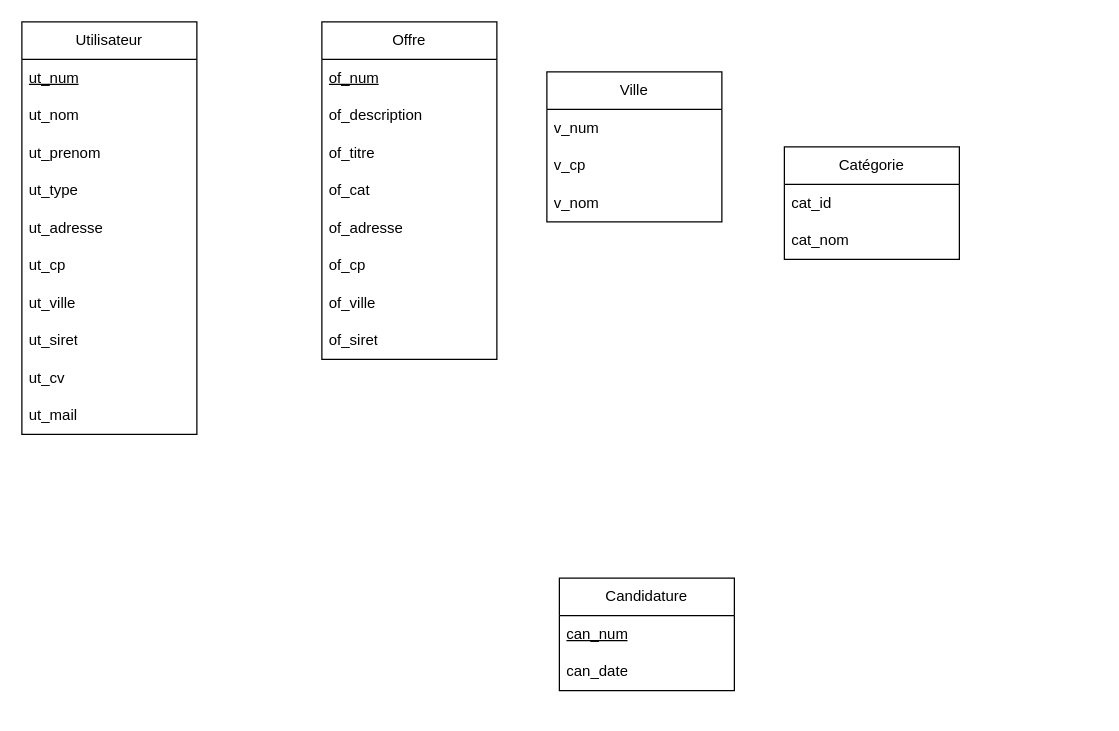
Jojogit68/isoflat.github.io keeps this draw.io diagram as AMDWeb.drawio. Above is the earlier version. Source tidied: cells renumbered, new cells numbered last; positions are measured from the earlier drawing's top-left corner, leaving out a move shared by most shapes. Both pictures are drawn from the tidied source at 125%, with x=0, y=0 at pixel (21, 21).
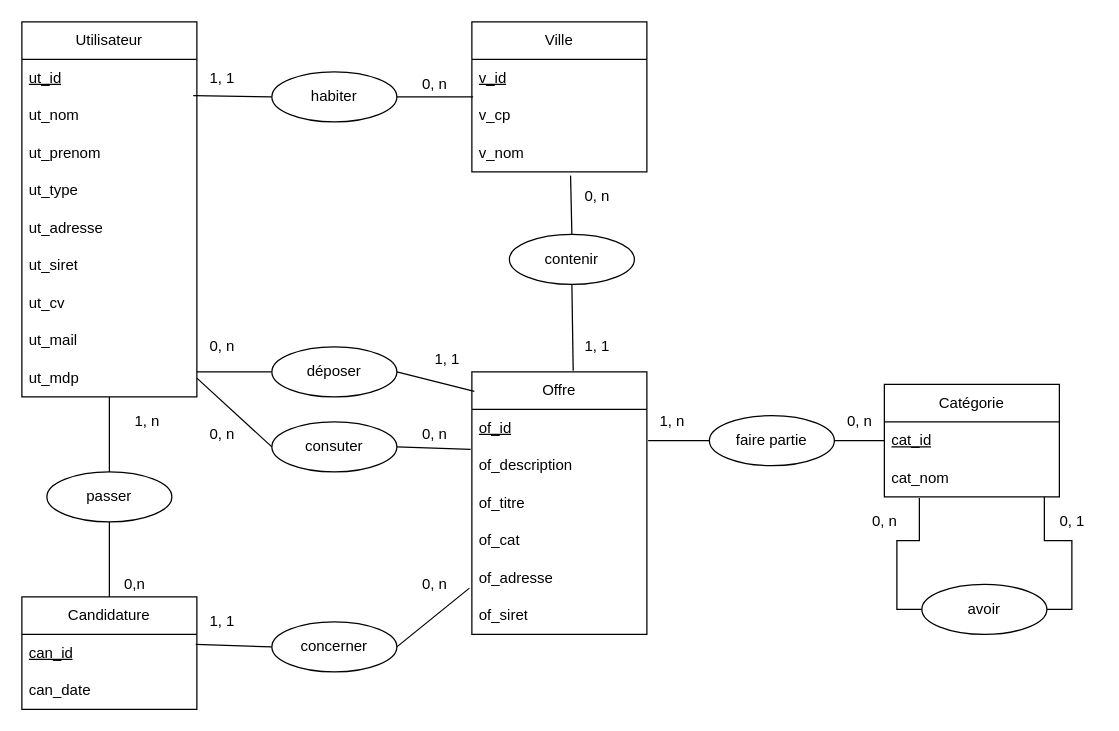
Above is the later version.

Commit message (it also covers changes not shown here):
Mettre à jour AMDWeb.drawio

Unchanged cells that the change refers to:
```xml
<mxCell id="7" value="of_description" style="text;strokeColor=none;fillColor=none;align=left;verticalAlign=middle;spacingLeft=4;spacingRight=4;overflow=hidden;points=[[0,0.5],[1,0.5]];portConstraint=eastwest;whiteSpace=wrap;html=1;" parent="5" vertex="1">
  <mxGeometry y="60" width="140" height="30" as="geometry" />
</mxCell>
<mxCell id="10" value="of_adresse" style="text;strokeColor=none;fillColor=none;align=left;verticalAlign=middle;spacingLeft=4;spacingRight=4;overflow=hidden;points=[[0,0.5],[1,0.5]];portConstraint=eastwest;whiteSpace=wrap;html=1;" parent="5" vertex="1">
  <mxGeometry y="150" width="140" height="30" as="geometry" />
</mxCell>
<mxCell id="16" value="ut_nom" style="text;strokeColor=none;fillColor=none;align=left;verticalAlign=middle;spacingLeft=4;spacingRight=4;overflow=hidden;points=[[0,0.5],[1,0.5]];portConstraint=eastwest;whiteSpace=wrap;html=1;" parent="14" vertex="1">
  <mxGeometry y="60" width="140" height="30" as="geometry" />
</mxCell>
<mxCell id="27" value="cat_nom" style="text;strokeColor=none;fillColor=none;align=left;verticalAlign=middle;spacingLeft=4;spacingRight=4;overflow=hidden;points=[[0,0.5],[1,0.5]];portConstraint=eastwest;whiteSpace=wrap;html=1;" parent="25" vertex="1">
  <mxGeometry y="60" width="140" height="30" as="geometry" />
</mxCell>
<mxCell id="30" value="v_cp" style="text;strokeColor=none;fillColor=none;align=left;verticalAlign=middle;spacingLeft=4;spacingRight=4;overflow=hidden;points=[[0,0.5],[1,0.5]];portConstraint=eastwest;whiteSpace=wrap;html=1;" parent="28" vertex="1">
  <mxGeometry y="60" width="140" height="30" as="geometry" />
</mxCell>
<mxCell id="31" value="v_nom" style="text;strokeColor=none;fillColor=none;align=left;verticalAlign=middle;spacingLeft=4;spacingRight=4;overflow=hidden;points=[[0,0.5],[1,0.5]];portConstraint=eastwest;whiteSpace=wrap;html=1;" parent="28" vertex="1">
  <mxGeometry y="90" width="140" height="30" as="geometry" />
</mxCell>
```

Change to the diagram source:
```diff
@@
     <mxCell id="2" value="Candidature" style="swimlane;fontStyle=0;horizontal=1;startSize=30;whiteSpace=wrap;html=1;" parent="1" vertex="1">
-      <mxGeometry x="430" y="445" width="140" height="90" as="geometry" />
+      <mxGeometry y="460" width="140" height="90" as="geometry" />
     </mxCell>
-    <mxCell id="3" value="&lt;u&gt;can_num&lt;/u&gt;" style="text;strokeColor=none;fillColor=none;align=left;verticalAlign=middle;spacingLeft=4;spacingRight=4;overflow=hidden;points=[[0,0.5],[1,0.5]];portConstraint=eastwest;whiteSpace=wrap;html=1;" parent="2" vertex="1">
+    <mxCell id="3" value="&lt;u&gt;can_id&lt;/u&gt;" style="text;strokeColor=none;fillColor=none;align=left;verticalAlign=middle;spacingLeft=4;spacingRight=4;overflow=hidden;points=[[0,0.5],[1,0.5]];portConstraint=eastwest;whiteSpace=wrap;html=1;" parent="2" vertex="1">
       <mxGeometry y="30" width="140" height="30" as="geometry" />
     </mxCell>
@@
     <mxCell id="5" value="Offre" style="swimlane;fontStyle=0;horizontal=1;startSize=30;whiteSpace=wrap;html=1;" parent="1" vertex="1">
-      <mxGeometry x="240" width="140" height="270" as="geometry" />
+      <mxGeometry x="360" y="280" width="140" height="210" as="geometry" />
     </mxCell>
-    <mxCell id="6" value="&lt;u&gt;of_num&lt;/u&gt;" style="text;strokeColor=none;fillColor=none;align=left;verticalAlign=middle;spacingLeft=4;spacingRight=4;overflow=hidden;points=[[0,0.5],[1,0.5]];portConstraint=eastwest;whiteSpace=wrap;html=1;" parent="5" vertex="1">
+    <mxCell id="6" value="&lt;u&gt;of_id&lt;/u&gt;" style="text;strokeColor=none;fillColor=none;align=left;verticalAlign=middle;spacingLeft=4;spacingRight=4;overflow=hidden;points=[[0,0.5],[1,0.5]];portConstraint=eastwest;whiteSpace=wrap;html=1;" parent="5" vertex="1">
       <mxGeometry y="30" width="140" height="30" as="geometry" />
     </mxCell>
@@
-    <mxCell id="11" value="of_cp" style="text;strokeColor=none;fillColor=none;align=left;verticalAlign=middle;spacingLeft=4;spacingRight=4;overflow=hidden;whiteSpace=wrap;html=1;" parent="5" vertex="1">
-      <mxGeometry y="180" width="140" height="30" as="geometry" />
-    </mxCell>
-    <mxCell id="12" value="of_ville" style="text;strokeColor=none;fillColor=none;align=left;verticalAlign=middle;spacingLeft=4;spacingRight=4;overflow=hidden;whiteSpace=wrap;html=1;" parent="5" vertex="1">
-      <mxGeometry y="210" width="140" height="30" as="geometry" />
-    </mxCell>
     <mxCell id="13" value="of_siret" style="text;strokeColor=none;fillColor=none;align=left;verticalAlign=middle;spacingLeft=4;spacingRight=4;overflow=hidden;whiteSpace=wrap;html=1;" parent="5" vertex="1">
-      <mxGeometry y="240" width="140" height="30" as="geometry" />
+      <mxGeometry y="180" width="140" height="30" as="geometry" />
     </mxCell>
+    <mxCell id="32" style="edgeStyle=none;rounded=0;jettySize=auto;html=1;exitX=0.5;exitY=1;exitDx=0;exitDy=0;entryX=0.5;entryY=0;entryDx=0;entryDy=0;endArrow=none;endFill=0;" parent="1" edge="1" source="14" target="47">
+      <mxGeometry relative="1" as="geometry" />
+    </mxCell>
     <mxCell id="14" value="Utilisateur" style="swimlane;fontStyle=0;horizontal=1;startSize=30;whiteSpace=wrap;html=1;" parent="1" vertex="1">
-      <mxGeometry width="140" height="330" as="geometry" />
+      <mxGeometry width="140" height="300" as="geometry" />
     </mxCell>
-    <mxCell id="15" value="&lt;u&gt;ut_num&lt;/u&gt;" style="text;strokeColor=none;fillColor=none;align=left;verticalAlign=middle;spacingLeft=4;spacingRight=4;overflow=hidden;whiteSpace=wrap;html=1;" parent="14" vertex="1">
+    <mxCell id="15" value="&lt;u&gt;ut_id&lt;/u&gt;" style="text;strokeColor=none;fillColor=none;align=left;verticalAlign=middle;spacingLeft=4;spacingRight=4;overflow=hidden;whiteSpace=wrap;html=1;" parent="14" vertex="1">
       <mxGeometry y="30" width="140" height="30" as="geometry" />
     </mxCell>
@@
-    <mxCell id="20" value="ut_cp" style="text;strokeColor=none;fillColor=none;align=left;verticalAlign=middle;spacingLeft=4;spacingRight=4;overflow=hidden;whiteSpace=wrap;html=1;" parent="14" vertex="1">
-      <mxGeometry y="180" width="140" height="30" as="geometry" />
-    </mxCell>
-    <mxCell id="21" value="ut_ville" style="text;strokeColor=none;fillColor=none;align=left;verticalAlign=middle;spacingLeft=4;spacingRight=4;overflow=hidden;whiteSpace=wrap;html=1;" parent="14" vertex="1">
-      <mxGeometry y="210" width="140" height="30" as="geometry" />
-    </mxCell>
     <mxCell id="22" value="ut_siret" style="text;strokeColor=none;fillColor=none;align=left;verticalAlign=middle;spacingLeft=4;spacingRight=4;overflow=hidden;whiteSpace=wrap;html=1;" parent="14" vertex="1">
-      <mxGeometry y="240" width="140" height="30" as="geometry" />
+      <mxGeometry y="180" width="140" height="30" as="geometry" />
     </mxCell>
     <mxCell id="23" value="ut_cv" style="text;strokeColor=none;fillColor=none;align=left;verticalAlign=middle;spacingLeft=4;spacingRight=4;overflow=hidden;whiteSpace=wrap;html=1;" parent="14" vertex="1">
-      <mxGeometry y="270" width="140" height="30" as="geometry" />
+      <mxGeometry y="210" width="140" height="30" as="geometry" />
     </mxCell>
     <mxCell id="24" value="ut_mail" style="text;strokeColor=none;fillColor=none;align=left;verticalAlign=middle;spacingLeft=4;spacingRight=4;overflow=hidden;whiteSpace=wrap;html=1;" parent="14" vertex="1">
-      <mxGeometry y="300" width="140" height="30" as="geometry" />
+      <mxGeometry y="240" width="140" height="30" as="geometry" />
     </mxCell>
+    <mxCell id="33" value="ut_mdp" style="text;strokeColor=none;fillColor=none;align=left;verticalAlign=middle;spacingLeft=4;spacingRight=4;overflow=hidden;points=[[0,0.5],[1,0.5]];portConstraint=eastwest;whiteSpace=wrap;html=1;" parent="14" vertex="1">
+      <mxGeometry y="270" width="140" height="30" as="geometry" />
+    </mxCell>
     <mxCell id="25" value="Catégorie" style="swimlane;fontStyle=0;horizontal=1;startSize=30;whiteSpace=wrap;html=1;" parent="1" vertex="1">
-      <mxGeometry x="610" y="100" width="140" height="90" as="geometry" />
+      <mxGeometry x="690" y="290" width="140" height="90" as="geometry" />
     </mxCell>
-    <mxCell id="26" value="cat_id" style="text;strokeColor=none;fillColor=none;align=left;verticalAlign=middle;spacingLeft=4;spacingRight=4;overflow=hidden;points=[[0,0.5],[1,0.5]];portConstraint=eastwest;whiteSpace=wrap;html=1;" parent="25" vertex="1">
+    <mxCell id="26" value="&lt;u&gt;cat_id&lt;/u&gt;" style="text;strokeColor=none;fillColor=none;align=left;verticalAlign=middle;spacingLeft=4;spacingRight=4;overflow=hidden;points=[[0,0.5],[1,0.5]];portConstraint=eastwest;whiteSpace=wrap;html=1;" parent="25" vertex="1">
       <mxGeometry y="30" width="140" height="30" as="geometry" />
     </mxCell>
@@
     <mxCell id="28" value="Ville" style="swimlane;fontStyle=0;horizontal=1;startSize=30;whiteSpace=wrap;html=1;" parent="1" vertex="1">
-      <mxGeometry x="420" y="40" width="140" height="120" as="geometry" />
+      <mxGeometry x="360" width="140" height="120" as="geometry" />
     </mxCell>
-    <mxCell id="29" value="v_num" style="text;strokeColor=none;fillColor=none;align=left;verticalAlign=middle;spacingLeft=4;spacingRight=4;overflow=hidden;whiteSpace=wrap;html=1;" parent="28" vertex="1">
+    <mxCell id="29" value="&lt;u&gt;v_id&lt;/u&gt;" style="text;strokeColor=none;fillColor=none;align=left;verticalAlign=middle;spacingLeft=4;spacingRight=4;overflow=hidden;whiteSpace=wrap;html=1;" parent="28" vertex="1">
       <mxGeometry y="30" width="140" height="30" as="geometry" />
     </mxCell>
@@
+    <mxCell id="34" style="edgeStyle=none;rounded=0;jettySize=auto;html=1;exitX=0;exitY=0.5;exitDx=0;exitDy=0;entryX=0.979;entryY=-0.033;entryDx=0;entryDy=0;entryPerimeter=0;endArrow=none;endFill=0;" parent="1" edge="1" source="36" target="16">
+      <mxGeometry relative="1" as="geometry" />
+    </mxCell>
+    <mxCell id="35" style="edgeStyle=none;rounded=0;jettySize=auto;html=1;exitX=1;exitY=0.5;exitDx=0;exitDy=0;entryX=0.007;entryY=0;entryDx=0;entryDy=0;entryPerimeter=0;endArrow=none;endFill=0;" parent="1" edge="1" source="36" target="30">
+      <mxGeometry relative="1" as="geometry" />
+    </mxCell>
+    <mxCell id="36" value="habiter" style="ellipse;whiteSpace=wrap;html=1;" parent="1" vertex="1">
+      <mxGeometry x="200" y="40" width="100" height="40" as="geometry" />
+    </mxCell>
+    <mxCell id="37" style="edgeStyle=none;rounded=0;jettySize=auto;html=1;exitX=0.5;exitY=0;exitDx=0;exitDy=0;entryX=0.564;entryY=1.1;entryDx=0;entryDy=0;entryPerimeter=0;endArrow=none;endFill=0;" parent="1" edge="1" source="39" target="31">
+      <mxGeometry relative="1" as="geometry" />
+    </mxCell>
+    <mxCell id="38" style="edgeStyle=none;rounded=0;jettySize=auto;html=1;exitX=0.5;exitY=1;exitDx=0;exitDy=0;entryX=0.579;entryY=-0.004;entryDx=0;entryDy=0;entryPerimeter=0;endArrow=none;endFill=0;" parent="1" edge="1" source="39" target="5">
+      <mxGeometry relative="1" as="geometry" />
+    </mxCell>
+    <mxCell id="39" value="contenir" style="ellipse;whiteSpace=wrap;html=1;" parent="1" vertex="1">
+      <mxGeometry x="390" y="170" width="100" height="40" as="geometry" />
+    </mxCell>
+    <mxCell id="40" style="edgeStyle=none;rounded=0;jettySize=auto;html=1;exitX=0;exitY=0.5;exitDx=0;exitDy=0;entryX=1.007;entryY=0.833;entryDx=0;entryDy=0;entryPerimeter=0;endArrow=none;endFill=0;" parent="1" edge="1" source="42" target="6">
+      <mxGeometry relative="1" as="geometry" />
+    </mxCell>
+    <mxCell id="41" style="edgeStyle=orthogonalEdgeStyle;rounded=0;jettySize=auto;html=1;exitX=1;exitY=0.5;exitDx=0;exitDy=0;entryX=0;entryY=0.5;entryDx=0;entryDy=0;endArrow=none;endFill=0;" parent="1" edge="1" source="42" target="26">
+      <mxGeometry relative="1" as="geometry" />
+    </mxCell>
+    <mxCell id="42" value="faire partie" style="ellipse;whiteSpace=wrap;html=1;" parent="1" vertex="1">
+      <mxGeometry x="550" y="315" width="100" height="40" as="geometry" />
+    </mxCell>
+    <mxCell id="43" style="edgeStyle=orthogonalEdgeStyle;rounded=0;jettySize=auto;html=1;exitX=0;exitY=0.5;exitDx=0;exitDy=0;entryX=0.2;entryY=1.033;entryDx=0;entryDy=0;entryPerimeter=0;endArrow=none;endFill=0;" parent="1" edge="1" source="45" target="27">
+      <mxGeometry relative="1" as="geometry" />
+    </mxCell>
+    <mxCell id="44" style="edgeStyle=orthogonalEdgeStyle;rounded=0;jettySize=auto;html=1;exitX=1;exitY=0.5;exitDx=0;exitDy=0;entryX=0.914;entryY=1;entryDx=0;entryDy=0;entryPerimeter=0;endArrow=none;endFill=0;" parent="1" edge="1" source="45" target="27">
+      <mxGeometry relative="1" as="geometry" />
+    </mxCell>
+    <mxCell id="45" value="avoir" style="ellipse;whiteSpace=wrap;html=1;" parent="1" vertex="1">
+      <mxGeometry x="720" y="450" width="100" height="40" as="geometry" />
+    </mxCell>
+    <mxCell id="46" style="edgeStyle=none;rounded=0;jettySize=auto;html=1;exitX=0.5;exitY=1;exitDx=0;exitDy=0;entryX=0.5;entryY=0;entryDx=0;entryDy=0;endArrow=none;endFill=0;" parent="1" edge="1" source="47" target="2">
+      <mxGeometry relative="1" as="geometry" />
+    </mxCell>
+    <mxCell id="47" value="passer" style="ellipse;whiteSpace=wrap;html=1;" parent="1" vertex="1">
+      <mxGeometry x="20" y="360" width="100" height="40" as="geometry" />
+    </mxCell>
+    <mxCell id="48" style="edgeStyle=none;rounded=0;jettySize=auto;html=1;exitX=0;exitY=0.5;exitDx=0;exitDy=0;entryX=0.993;entryY=0.267;entryDx=0;entryDy=0;entryPerimeter=0;endArrow=none;endFill=0;" parent="1" edge="1" source="51" target="3">
+      <mxGeometry relative="1" as="geometry" />
+    </mxCell>
+    <mxCell id="49" style="edgeStyle=none;rounded=0;jettySize=auto;html=1;exitX=1;exitY=0.5;exitDx=0;exitDy=0;entryX=0;entryY=0.3;entryDx=0;entryDy=0;entryPerimeter=0;endArrow=none;endFill=0;" parent="1" edge="1" source="51">
+      <mxGeometry relative="1" as="geometry" />
+    </mxCell>
+    <mxCell id="50" style="edgeStyle=none;rounded=0;jettySize=auto;html=1;exitX=1;exitY=0.5;exitDx=0;exitDy=0;entryX=-0.014;entryY=0.767;entryDx=0;entryDy=0;entryPerimeter=0;endArrow=none;endFill=0;" parent="1" edge="1" source="51" target="10">
+      <mxGeometry relative="1" as="geometry" />
+    </mxCell>
+    <mxCell id="51" value="concerner" style="ellipse;whiteSpace=wrap;html=1;" parent="1" vertex="1">
+      <mxGeometry x="200" y="480" width="100" height="40" as="geometry" />
+    </mxCell>
+    <mxCell id="52" value="1, 1" style="text;html=1;align=center;verticalAlign=middle;strokeColor=none;fillColor=none;" parent="1" vertex="1">
+      <mxGeometry x="140" y="30" width="40" height="30" as="geometry" />
+    </mxCell>
+    <mxCell id="53" value="0, n" style="text;html=1;align=center;verticalAlign=middle;strokeColor=none;fillColor=none;" parent="1" vertex="1">
+      <mxGeometry x="310" y="35" width="40" height="30" as="geometry" />
+    </mxCell>
+    <mxCell id="54" value="1, n" style="text;html=1;align=center;verticalAlign=middle;strokeColor=none;fillColor=none;" parent="1" vertex="1">
+      <mxGeometry x="80" y="305" width="40" height="30" as="geometry" />
+    </mxCell>
+    <mxCell id="55" value="0,n" style="text;html=1;align=center;verticalAlign=middle;strokeColor=none;fillColor=none;" parent="1" vertex="1">
+      <mxGeometry x="70" y="435" width="40" height="30" as="geometry" />
+    </mxCell>
+    <mxCell id="56" value="1, 1" style="text;html=1;align=center;verticalAlign=middle;strokeColor=none;fillColor=none;" parent="1" vertex="1">
+      <mxGeometry x="140" y="465" width="40" height="30" as="geometry" />
+    </mxCell>
+    <mxCell id="57" value="0, n" style="text;html=1;align=center;verticalAlign=middle;strokeColor=none;fillColor=none;" parent="1" vertex="1">
+      <mxGeometry x="310" y="435" width="40" height="30" as="geometry" />
+    </mxCell>
+    <mxCell id="58" value="1, 1" style="text;html=1;align=center;verticalAlign=middle;strokeColor=none;fillColor=none;" parent="1" vertex="1">
+      <mxGeometry x="440" y="245" width="40" height="30" as="geometry" />
+    </mxCell>
+    <mxCell id="59" value="0, n" style="text;html=1;align=center;verticalAlign=middle;strokeColor=none;fillColor=none;" parent="1" vertex="1">
+      <mxGeometry x="440" y="125" width="40" height="30" as="geometry" />
+    </mxCell>
+    <mxCell id="60" value="1, n" style="text;html=1;align=center;verticalAlign=middle;strokeColor=none;fillColor=none;" parent="1" vertex="1">
+      <mxGeometry x="500" y="305" width="40" height="30" as="geometry" />
+    </mxCell>
+    <mxCell id="61" value="0, n" style="text;html=1;align=center;verticalAlign=middle;strokeColor=none;fillColor=none;" parent="1" vertex="1">
+      <mxGeometry x="650" y="305" width="40" height="30" as="geometry" />
+    </mxCell>
+    <mxCell id="62" value="0, n" style="text;html=1;align=center;verticalAlign=middle;strokeColor=none;fillColor=none;" parent="1" vertex="1">
+      <mxGeometry x="670" y="385" width="40" height="30" as="geometry" />
+    </mxCell>
+    <mxCell id="63" value="0, 1" style="text;html=1;align=center;verticalAlign=middle;strokeColor=none;fillColor=none;" parent="1" vertex="1">
+      <mxGeometry x="820" y="385" width="40" height="30" as="geometry" />
+    </mxCell>
+    <mxCell id="64" style="edgeStyle=none;rounded=0;jettySize=auto;html=1;exitX=1;exitY=0.5;exitDx=0;exitDy=0;entryX=-0.007;entryY=0.067;entryDx=0;entryDy=0;entryPerimeter=0;endArrow=none;endFill=0;" parent="1" edge="1" source="65" target="7">
+      <mxGeometry relative="1" as="geometry" />
+    </mxCell>
+    <mxCell id="65" value="consuter" style="ellipse;whiteSpace=wrap;html=1;" parent="1" vertex="1">
+      <mxGeometry x="200" y="320" width="100" height="40" as="geometry" />
+    </mxCell>
+    <mxCell id="66" style="edgeStyle=none;rounded=0;jettySize=auto;html=1;exitX=0;exitY=0.5;exitDx=0;exitDy=0;endArrow=none;endFill=0;" parent="1" edge="1" source="68">
+      <mxGeometry relative="1" as="geometry">
+        <mxPoint x="140" y="280" as="targetPoint" />
+      </mxGeometry>
+    </mxCell>
+    <mxCell id="67" style="edgeStyle=none;rounded=0;jettySize=auto;html=1;exitX=1;exitY=0.5;exitDx=0;exitDy=0;entryX=0.014;entryY=0.074;entryDx=0;entryDy=0;entryPerimeter=0;endArrow=none;endFill=0;" parent="1" edge="1" source="68" target="5">
+      <mxGeometry relative="1" as="geometry" />
+    </mxCell>
+    <mxCell id="68" value="déposer" style="ellipse;whiteSpace=wrap;html=1;" parent="1" vertex="1">
+      <mxGeometry x="200" y="260" width="100" height="40" as="geometry" />
+    </mxCell>
+    <mxCell id="69" style="rounded=0;jettySize=auto;html=1;exitX=1;exitY=0.5;exitDx=0;exitDy=0;entryX=0;entryY=0.5;entryDx=0;entryDy=0;endArrow=none;endFill=0;" parent="1" edge="1" source="33" target="65">
+      <mxGeometry relative="1" as="geometry" />
+    </mxCell>
+    <mxCell id="70" value="0, n" style="text;html=1;align=center;verticalAlign=middle;strokeColor=none;fillColor=none;" parent="1" vertex="1">
+      <mxGeometry x="140" y="315" width="40" height="30" as="geometry" />
+    </mxCell>
+    <mxCell id="71" value="0, n" style="text;html=1;align=center;verticalAlign=middle;strokeColor=none;fillColor=none;" parent="1" vertex="1">
+      <mxGeometry x="310" y="315" width="40" height="30" as="geometry" />
+    </mxCell>
+    <mxCell id="72" value="0, n" style="text;html=1;align=center;verticalAlign=middle;strokeColor=none;fillColor=none;" parent="1" vertex="1">
+      <mxGeometry x="140" y="245" width="40" height="30" as="geometry" />
+    </mxCell>
+    <mxCell id="73" value="1, 1" style="text;html=1;align=center;verticalAlign=middle;strokeColor=none;fillColor=none;" parent="1" vertex="1">
+      <mxGeometry x="320" y="255" width="40" height="30" as="geometry" />
+    </mxCell>
```
